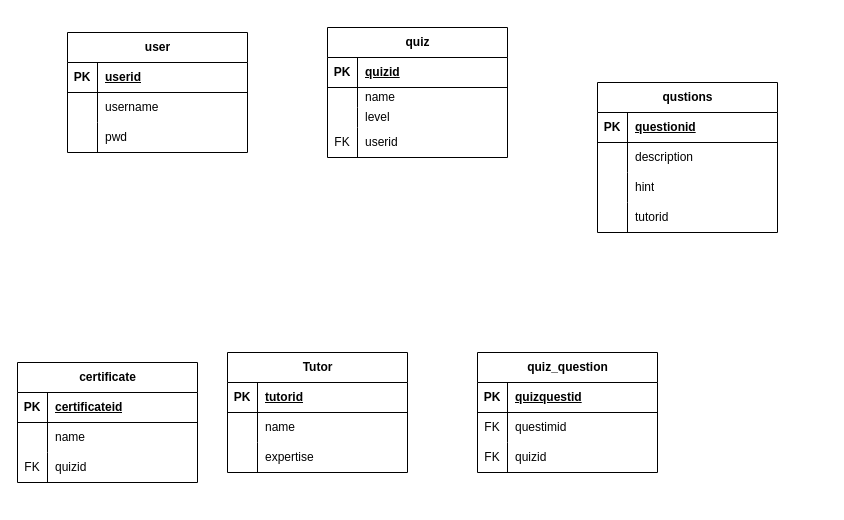
Earlier version of the draw.io diagram quiz Diagram.drawio (Anisha01-1/System-moodeling). Source tidied: cells renumbered, new cells numbered last; positions are measured from the earlier drawing's top-left corner, leaving out a move shared by most shapes. Both pictures are drawn from the tidied source at 100%, with x=0, y=0 at pixel (17, 27).
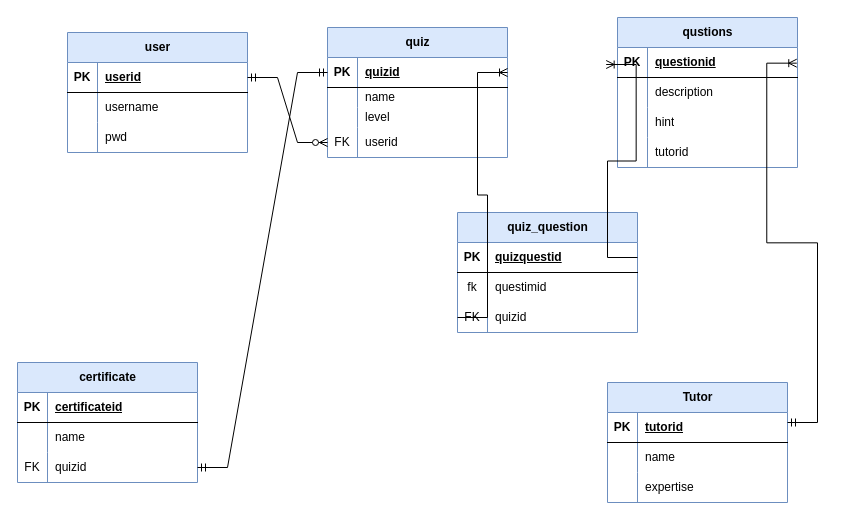
Above is the later version.

The change refers to these unchanged cells:
```xml
<mxCell id="3" style="shape=tableRow;horizontal=0;startSize=0;swimlaneHead=0;swimlaneBody=0;fillColor=none;points=[[0,0.5],[1,0.5]];portConstraint=eastwest;top=0;left=0;right=0;bottom=1;" parent="2" vertex="1">
  <mxGeometry y="30" width="180" height="30" as="geometry" />
</mxCell>
<mxCell id="13" style="shape=tableRow;horizontal=0;startSize=0;swimlaneHead=0;swimlaneBody=0;fillColor=none;points=[[0,0.5],[1,0.5]];portConstraint=eastwest;top=0;left=0;right=0;bottom=1;" parent="12" vertex="1">
  <mxGeometry y="30" width="180" height="30" as="geometry" />
</mxCell>
<mxCell id="22" style="shape=tableRow;horizontal=0;startSize=0;swimlaneHead=0;swimlaneBody=0;fillColor=none;points=[[0,0.5],[1,0.5]];portConstraint=eastwest;top=0;left=0;right=0;bottom=0;" parent="12" vertex="1">
  <mxGeometry y="100" width="180" height="30" as="geometry" />
</mxCell>
<mxCell id="26" style="shape=tableRow;horizontal=0;startSize=0;swimlaneHead=0;swimlaneBody=0;fillColor=none;points=[[0,0.5],[1,0.5]];portConstraint=eastwest;top=0;left=0;right=0;bottom=1;" parent="25" vertex="1">
  <mxGeometry y="30" width="180" height="30" as="geometry" />
</mxCell>
<mxCell id="29" style="shape=tableRow;horizontal=0;startSize=0;swimlaneHead=0;swimlaneBody=0;fillColor=none;points=[[0,0.5],[1,0.5]];portConstraint=eastwest;top=0;left=0;right=0;bottom=0;" parent="25" vertex="1">
  <mxGeometry y="60" width="180" height="30" as="geometry" />
</mxCell>
<mxCell id="39" style="shape=tableRow;horizontal=0;startSize=0;swimlaneHead=0;swimlaneBody=0;fillColor=none;points=[[0,0.5],[1,0.5]];portConstraint=eastwest;top=0;left=0;right=0;bottom=1;" parent="38" vertex="1">
  <mxGeometry y="30" width="180" height="30" as="geometry" />
</mxCell>
<mxCell id="42" style="shape=tableRow;horizontal=0;startSize=0;swimlaneHead=0;swimlaneBody=0;fillColor=none;top=0;left=0;right=0;bottom=0;" parent="38" vertex="1">
  <mxGeometry y="60" width="180" height="30" as="geometry" />
</mxCell>
<mxCell id="45" style="shape=tableRow;horizontal=0;startSize=0;swimlaneHead=0;swimlaneBody=0;fillColor=none;points=[[0,0.5],[1,0.5]];portConstraint=eastwest;top=0;left=0;right=0;bottom=0;" parent="38" vertex="1">
  <mxGeometry y="90" width="180" height="30" as="geometry" />
</mxCell>
<mxCell id="65" style="shape=tableRow;horizontal=0;startSize=0;swimlaneHead=0;swimlaneBody=0;fillColor=none;points=[[0,0.5],[1,0.5]];portConstraint=eastwest;top=0;left=0;right=0;bottom=0;" parent="58" vertex="1">
  <mxGeometry y="90" width="180" height="30" as="geometry" />
</mxCell>
```

Change to the diagram source:
```diff
@@
-    <mxCell id="2" value="user" style="shape=table;startSize=30;childLayout=tableLayout;rowLines=0;fontStyle=1;align=center;html=1;" parent="1" vertex="1">
+    <mxCell id="2" value="user" style="shape=table;startSize=30;childLayout=tableLayout;rowLines=0;fontStyle=1;align=center;html=1;fillColor=#dae8fc;strokeColor=#6c8ebf;" parent="1" vertex="1">
       <mxGeometry x="50" y="5" width="180" height="120" as="geometry" />
     </mxCell>
@@
-    <mxCell id="12" value="quiz" style="shape=table;startSize=30;childLayout=tableLayout;rowLines=0;fontStyle=1;align=center;html=1;" parent="1" vertex="1">
+    <mxCell id="12" value="quiz" style="shape=table;startSize=30;childLayout=tableLayout;rowLines=0;fontStyle=1;align=center;html=1;fillColor=#dae8fc;strokeColor=#6c8ebf;" parent="1" vertex="1">
       <mxGeometry x="310" width="180" height="130" as="geometry" />
     </mxCell>
@@
-    <mxCell id="25" value="qustions" style="shape=table;startSize=30;childLayout=tableLayout;rowLines=0;fontStyle=1;align=center;html=1;" parent="1" vertex="1">
-      <mxGeometry x="580" y="55" width="180" height="150" as="geometry" />
+    <mxCell id="25" value="qustions" style="shape=table;startSize=30;childLayout=tableLayout;rowLines=0;fontStyle=1;align=center;html=1;fillColor=#dae8fc;strokeColor=#6c8ebf;" parent="1" vertex="1">
+      <mxGeometry x="600" y="-10" width="180" height="150" as="geometry" />
     </mxCell>
@@
-    <mxCell id="38" value="quiz_question" style="shape=table;startSize=30;childLayout=tableLayout;rowLines=0;fontStyle=1;align=center;html=1;" parent="1" vertex="1">
-      <mxGeometry x="460" y="325" width="180" height="120" as="geometry" />
+    <mxCell id="38" value="quiz_question" style="shape=table;startSize=30;childLayout=tableLayout;rowLines=0;fontStyle=1;align=center;html=1;fillColor=#dae8fc;strokeColor=#6c8ebf;" parent="1" vertex="1">
+      <mxGeometry x="440" y="185" width="180" height="120" as="geometry" />
     </mxCell>
@@
-    <mxCell id="43" value="FK" style="shape=partialRectangle;fillColor=none;top=0;left=0;bottom=0;right=0;overflow=hidden;whiteSpace=wrap;html=1;" parent="42" vertex="1">
+    <mxCell id="43" value="fk" style="shape=partialRectangle;fillColor=none;top=0;left=0;bottom=0;right=0;overflow=hidden;whiteSpace=wrap;html=1;" parent="42" vertex="1">
       <mxGeometry width="30" height="30" as="geometry" />
     </mxCell>
@@
-    <mxCell id="48" value="Tutor" style="shape=table;startSize=30;childLayout=tableLayout;rowLines=0;fontStyle=1;align=center;html=1;" parent="1" vertex="1">
-      <mxGeometry x="210" y="325" width="180" height="120" as="geometry" />
+    <mxCell id="48" value="Tutor" style="shape=table;startSize=30;childLayout=tableLayout;rowLines=0;fontStyle=1;align=center;html=1;fillColor=#dae8fc;strokeColor=#6c8ebf;" parent="1" vertex="1">
+      <mxGeometry x="590" y="355" width="180" height="120" as="geometry" />
     </mxCell>
@@
-    <mxCell id="58" value="certificate" style="shape=table;startSize=30;childLayout=tableLayout;rowLines=0;fontStyle=1;align=center;html=1;" parent="1" vertex="1">
+    <mxCell id="58" value="certificate" style="shape=table;startSize=30;childLayout=tableLayout;rowLines=0;fontStyle=1;align=center;html=1;fillColor=#dae8fc;strokeColor=#6c8ebf;" parent="1" vertex="1">
       <mxGeometry y="335" width="180" height="120" as="geometry" />
     </mxCell>
@@
+    <mxCell id="68" style="edgeStyle=entityRelationEdgeStyle;fontSize=12;html=1;endArrow=ERmandOne;startArrow=ERmandOne;rounded=0;entryX=0;entryY=0.5;entryDx=0;entryDy=0;exitX=1;exitY=0.5;exitDx=0;exitDy=0;" parent="1" edge="1" source="65" target="13">
+      <mxGeometry relative="1" as="geometry" />
+    </mxCell>
+    <mxCell id="69" style="edgeStyle=entityRelationEdgeStyle;fontSize=12;html=1;endArrow=ERzeroToMany;startArrow=ERmandOne;rounded=0;entryX=0;entryY=0.5;entryDx=0;entryDy=0;" parent="1" edge="1" source="3" target="22">
+      <mxGeometry relative="1" as="geometry" />
+    </mxCell>
+    <mxCell id="70" style="edgeStyle=entityRelationEdgeStyle;fontSize=12;html=1;endArrow=ERoneToMany;startArrow=ERmandOne;rounded=0;entryX=0.996;entryY=-0.478;entryDx=0;entryDy=0;entryPerimeter=0;" parent="1" edge="1" target="29">
+      <mxGeometry relative="1" as="geometry">
+        <mxPoint x="770" y="395" as="sourcePoint" />
+        <Array as="points">
+          <mxPoint x="1030" y="15" />
+          <mxPoint x="820" y="125" />
+          <mxPoint x="790" y="135" />
+          <mxPoint x="820" y="115" />
+        </Array>
+      </mxGeometry>
+    </mxCell>
+    <mxCell id="71" style="edgeStyle=entityRelationEdgeStyle;fontSize=12;html=1;endArrow=ERoneToMany;rounded=0;exitX=1;exitY=0.5;exitDx=0;exitDy=0;entryX=-0.063;entryY=0.567;entryDx=0;entryDy=0;entryPerimeter=0;" parent="1" edge="1" source="39" target="26">
+      <mxGeometry relative="1" as="geometry" />
+    </mxCell>
+    <mxCell id="72" style="edgeStyle=entityRelationEdgeStyle;fontSize=12;html=1;endArrow=ERoneToMany;rounded=0;exitX=0;exitY=0.5;exitDx=0;exitDy=0;" parent="1" edge="1" source="45">
+      <mxGeometry relative="1" as="geometry">
+        <mxPoint x="490" y="45" as="targetPoint" />
+      </mxGeometry>
+    </mxCell>
```
